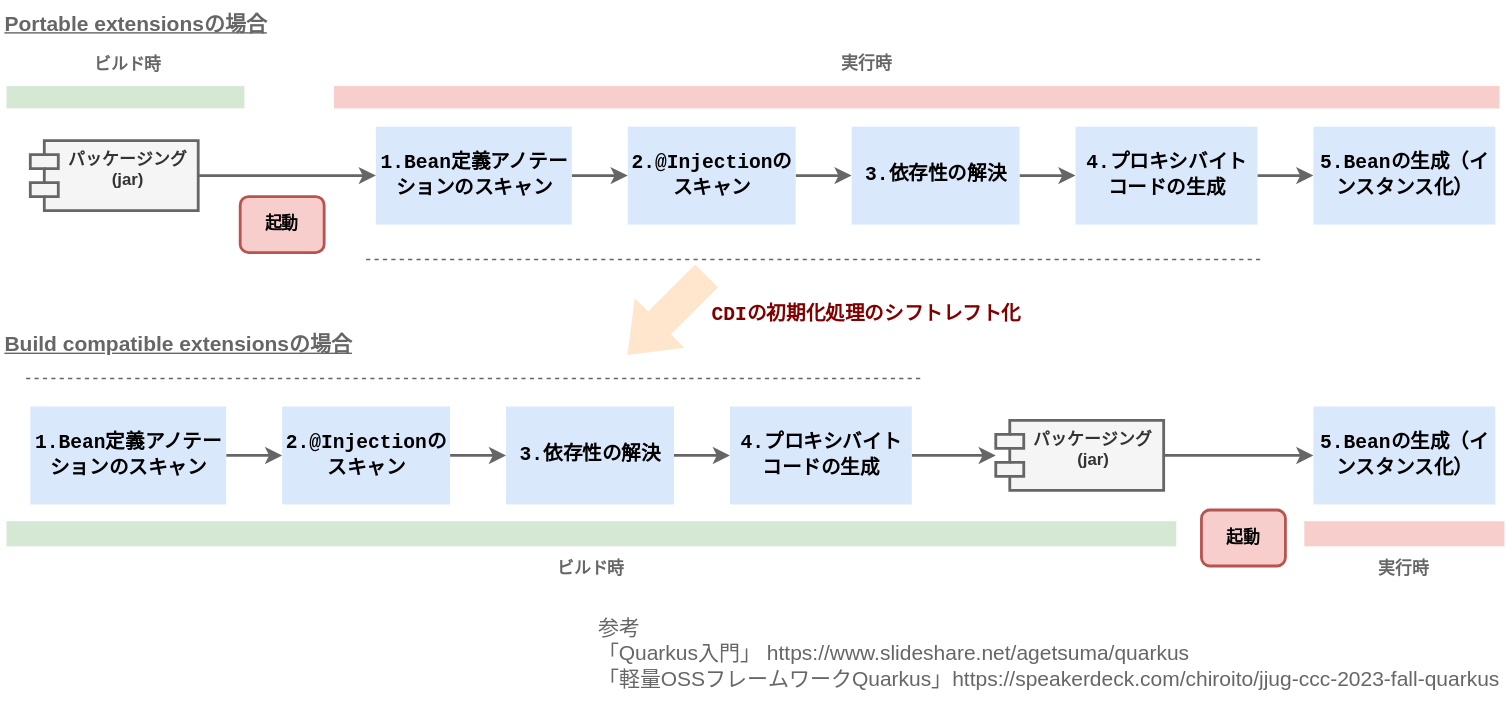
This is src/img/blogs/2023/1204_04_bootstrap.drawio.svg from mamezou-tech/mamezou-tech-site, a draw.io export, as it was before one commit. Source tidied: cells renumbered, new cells last; positions are measured from the earlier drawing's top-left corner, leaving out a move shared by most shapes. Its diagram source:
```xml
<mxGraphModel>
  <root>
    <mxCell id="0" />
    <mxCell id="1" parent="0" />
    <mxCell id="2" style="edgeStyle=none;html=1;exitX=1;exitY=0.5;exitDx=0;exitDy=0;fontColor=#666666;strokeColor=#666666;strokeWidth=2;" parent="1" edge="1" source="3" target="5">
      <mxGeometry relative="1" as="geometry" />
    </mxCell>
    <mxCell id="3" value="&lt;div style=&quot;font-family: Consolas, &amp;quot;Courier New&amp;quot;, monospace; font-size: 14px; line-height: 19px;&quot;&gt;1.Bean定義アノテーションのスキャン&lt;/div&gt;" style="rounded=0;whiteSpace=wrap;html=1;fillColor=#dae8fc;strokeColor=none;labelBackgroundColor=none;spacingLeft=1;fontStyle=1;" parent="1" vertex="1">
      <mxGeometry x="267" y="89" width="140" height="70" as="geometry" />
    </mxCell>
    <mxCell id="4" style="edgeStyle=none;html=1;entryX=0;entryY=0.5;entryDx=0;entryDy=0;fontColor=#666666;strokeColor=#666666;strokeWidth=2;" parent="1" edge="1" source="5" target="7">
      <mxGeometry relative="1" as="geometry" />
    </mxCell>
    <mxCell id="5" value="&lt;div style=&quot;font-family: Consolas, &amp;quot;Courier New&amp;quot;, monospace; font-size: 14px; line-height: 19px;&quot;&gt;&lt;div style=&quot;line-height: 19px;&quot;&gt;2.@Injectionのスキャン&lt;/div&gt;&lt;/div&gt;" style="rounded=0;whiteSpace=wrap;html=1;fillColor=#dae8fc;strokeColor=none;labelBackgroundColor=none;spacingLeft=1;fontStyle=1;" parent="1" vertex="1">
      <mxGeometry x="447" y="89" width="120" height="70" as="geometry" />
    </mxCell>
    <mxCell id="6" style="edgeStyle=none;html=1;entryX=0;entryY=0.5;entryDx=0;entryDy=0;fontColor=#666666;strokeColor=#666666;strokeWidth=2;" parent="1" edge="1" source="7" target="9">
      <mxGeometry relative="1" as="geometry" />
    </mxCell>
    <mxCell id="7" value="&lt;div style=&quot;font-family: Consolas, &amp;quot;Courier New&amp;quot;, monospace; font-size: 14px; line-height: 19px;&quot;&gt;&lt;div style=&quot;line-height: 19px;&quot;&gt;&lt;div style=&quot;line-height: 19px;&quot;&gt;3.依存性の解決&lt;/div&gt;&lt;/div&gt;&lt;/div&gt;" style="rounded=0;whiteSpace=wrap;html=1;fillColor=#dae8fc;strokeColor=none;labelBackgroundColor=none;spacingLeft=1;fontStyle=1;" parent="1" vertex="1">
      <mxGeometry x="607" y="89" width="120" height="70" as="geometry" />
    </mxCell>
    <mxCell id="8" style="edgeStyle=none;html=1;entryX=0;entryY=0.5;entryDx=0;entryDy=0;fontColor=#666666;strokeColor=#666666;strokeWidth=2;" parent="1" edge="1" source="9" target="10">
      <mxGeometry relative="1" as="geometry" />
    </mxCell>
    <mxCell id="9" value="&lt;div style=&quot;font-family: Consolas, &amp;quot;Courier New&amp;quot;, monospace; font-size: 14px; line-height: 19px;&quot;&gt;&lt;div style=&quot;line-height: 19px;&quot;&gt;&lt;div style=&quot;line-height: 19px;&quot;&gt;&lt;div style=&quot;line-height: 19px;&quot;&gt;4.プロキシバイトコードの生成&lt;/div&gt;&lt;/div&gt;&lt;/div&gt;&lt;/div&gt;" style="rounded=0;whiteSpace=wrap;html=1;fillColor=#dae8fc;strokeColor=none;labelBackgroundColor=none;spacingLeft=1;fontStyle=1;" parent="1" vertex="1">
      <mxGeometry x="767" y="89" width="130" height="70" as="geometry" />
    </mxCell>
    <mxCell id="10" value="&lt;div style=&quot;font-family: Consolas, &amp;quot;Courier New&amp;quot;, monospace; font-size: 14px; line-height: 19px;&quot;&gt;&lt;div style=&quot;line-height: 19px;&quot;&gt;&lt;div style=&quot;line-height: 19px;&quot;&gt;&lt;div style=&quot;line-height: 19px;&quot;&gt;&lt;div style=&quot;line-height: 19px;&quot;&gt;5.Beanの生成（インスタンス化）&lt;/div&gt;&lt;/div&gt;&lt;/div&gt;&lt;/div&gt;&lt;/div&gt;" style="rounded=0;whiteSpace=wrap;html=1;fillColor=#dae8fc;strokeColor=none;labelBackgroundColor=none;spacingLeft=1;fontStyle=1;" parent="1" vertex="1">
      <mxGeometry x="937" y="89" width="130" height="70" as="geometry" />
    </mxCell>
    <mxCell id="11" style="edgeStyle=none;html=1;entryX=0;entryY=0.5;entryDx=0;entryDy=0;fontColor=#666666;strokeColor=#666666;strokeWidth=2;" parent="1" edge="1" source="12" target="3">
      <mxGeometry relative="1" as="geometry" />
    </mxCell>
    <mxCell id="12" value="パッケージング&#10;(jar)" style="shape=module;align=left;spacingLeft=20;align=center;verticalAlign=top;labelBackgroundColor=none;fillColor=#f5f5f5;strokeColor=#666666;fontColor=#333333;strokeWidth=2;fontStyle=1;" parent="1" vertex="1">
      <mxGeometry x="20" y="99" width="120" height="50" as="geometry" />
    </mxCell>
    <mxCell id="13" value="起動" style="rounded=1;whiteSpace=wrap;html=1;labelBackgroundColor=none;strokeWidth=2;fillColor=#f8cecc;strokeColor=#b85450;fontStyle=1;" parent="1" vertex="1">
      <mxGeometry x="170" y="139" width="60" height="40" as="geometry" />
    </mxCell>
    <mxCell id="14" style="edgeStyle=none;html=1;entryX=0;entryY=0.5;entryDx=0;entryDy=0;strokeColor=#666666;strokeWidth=2;fontColor=#666666;" parent="1" edge="1" source="15" target="17">
      <mxGeometry relative="1" as="geometry" />
    </mxCell>
    <mxCell id="15" value="&lt;div style=&quot;font-family: Consolas, &amp;quot;Courier New&amp;quot;, monospace; font-size: 14px; line-height: 19px;&quot;&gt;1.Bean定義アノテーションのスキャン&lt;/div&gt;" style="rounded=0;whiteSpace=wrap;html=1;fillColor=#dae8fc;strokeColor=none;labelBackgroundColor=none;spacingLeft=1;fontStyle=1;" parent="1" vertex="1">
      <mxGeometry x="20" y="289" width="140" height="70" as="geometry" />
    </mxCell>
    <mxCell id="16" style="edgeStyle=none;html=1;entryX=0;entryY=0.5;entryDx=0;entryDy=0;strokeColor=#666666;strokeWidth=2;fontColor=#666666;" parent="1" edge="1" source="17" target="19">
      <mxGeometry relative="1" as="geometry" />
    </mxCell>
    <mxCell id="17" value="&lt;div style=&quot;font-family: Consolas, &amp;quot;Courier New&amp;quot;, monospace; font-size: 14px; line-height: 19px;&quot;&gt;&lt;div style=&quot;line-height: 19px;&quot;&gt;2.@Injectionのスキャン&lt;/div&gt;&lt;/div&gt;" style="rounded=0;whiteSpace=wrap;html=1;fillColor=#dae8fc;strokeColor=none;labelBackgroundColor=none;spacingLeft=1;fontStyle=1;" parent="1" vertex="1">
      <mxGeometry x="200" y="289" width="120" height="70" as="geometry" />
    </mxCell>
    <mxCell id="18" style="edgeStyle=none;html=1;entryX=0;entryY=0.5;entryDx=0;entryDy=0;strokeColor=#666666;strokeWidth=2;fontColor=#666666;" parent="1" edge="1" source="19" target="21">
      <mxGeometry relative="1" as="geometry" />
    </mxCell>
    <mxCell id="19" value="&lt;div style=&quot;font-family: Consolas, &amp;quot;Courier New&amp;quot;, monospace; font-size: 14px; line-height: 19px;&quot;&gt;&lt;div style=&quot;line-height: 19px;&quot;&gt;&lt;div style=&quot;line-height: 19px;&quot;&gt;3.依存性の解決&lt;/div&gt;&lt;/div&gt;&lt;/div&gt;" style="rounded=0;whiteSpace=wrap;html=1;fillColor=#dae8fc;strokeColor=none;labelBackgroundColor=none;spacingLeft=1;fontStyle=1;" parent="1" vertex="1">
      <mxGeometry x="360" y="289" width="120" height="70" as="geometry" />
    </mxCell>
    <mxCell id="20" style="edgeStyle=none;html=1;exitX=1;exitY=0.5;exitDx=0;exitDy=0;entryX=0;entryY=0.5;entryDx=0;entryDy=0;entryPerimeter=0;strokeColor=#666666;strokeWidth=2;fontColor=#666666;" parent="1" edge="1" source="21" target="24">
      <mxGeometry relative="1" as="geometry" />
    </mxCell>
    <mxCell id="21" value="&lt;div style=&quot;font-family: Consolas, &amp;quot;Courier New&amp;quot;, monospace; font-size: 14px; line-height: 19px;&quot;&gt;&lt;div style=&quot;line-height: 19px;&quot;&gt;&lt;div style=&quot;line-height: 19px;&quot;&gt;&lt;div style=&quot;line-height: 19px;&quot;&gt;4.プロキシバイトコードの生成&lt;/div&gt;&lt;/div&gt;&lt;/div&gt;&lt;/div&gt;" style="rounded=0;whiteSpace=wrap;html=1;fillColor=#dae8fc;strokeColor=none;labelBackgroundColor=none;spacingLeft=1;fontStyle=1;" parent="1" vertex="1">
      <mxGeometry x="520" y="289" width="130" height="70" as="geometry" />
    </mxCell>
    <mxCell id="22" value="&lt;div style=&quot;font-family: Consolas, &amp;quot;Courier New&amp;quot;, monospace; font-size: 14px; line-height: 19px;&quot;&gt;&lt;div style=&quot;line-height: 19px;&quot;&gt;&lt;div style=&quot;line-height: 19px;&quot;&gt;&lt;div style=&quot;line-height: 19px;&quot;&gt;&lt;div style=&quot;line-height: 19px;&quot;&gt;5.Beanの生成（インスタンス化）&lt;/div&gt;&lt;/div&gt;&lt;/div&gt;&lt;/div&gt;&lt;/div&gt;" style="rounded=0;whiteSpace=wrap;html=1;fillColor=#dae8fc;strokeColor=none;labelBackgroundColor=none;spacingLeft=1;fontStyle=1;" parent="1" vertex="1">
      <mxGeometry x="937" y="289" width="130" height="70" as="geometry" />
    </mxCell>
    <mxCell id="23" style="edgeStyle=none;html=1;strokeColor=#666666;strokeWidth=2;fontColor=#666666;" parent="1" edge="1" source="24" target="22">
      <mxGeometry relative="1" as="geometry" />
    </mxCell>
    <mxCell id="24" value="パッケージング&#10;(jar)" style="shape=module;align=left;spacingLeft=20;align=center;verticalAlign=top;labelBackgroundColor=none;fillColor=#f5f5f5;strokeColor=#666666;fontColor=#333333;strokeWidth=2;fontStyle=1;" parent="1" vertex="1">
      <mxGeometry x="710" y="299" width="120" height="50" as="geometry" />
    </mxCell>
    <mxCell id="25" value="起動" style="rounded=1;whiteSpace=wrap;html=1;labelBackgroundColor=none;strokeWidth=2;fillColor=#f8cecc;strokeColor=#b85450;fontStyle=1;" parent="1" vertex="1">
      <mxGeometry x="857" y="363" width="60" height="40" as="geometry" />
    </mxCell>
    <mxCell id="26" style="rounded=0;whiteSpace=wrap;html=1;labelBackgroundColor=none;strokeWidth=2;fillColor=#d5e8d4;strokeColor=none;" parent="1" vertex="1">
      <mxGeometry x="3" y="60" width="170" height="16" as="geometry" />
    </mxCell>
    <mxCell id="27" style="rounded=0;whiteSpace=wrap;html=1;labelBackgroundColor=none;strokeWidth=2;fillColor=#f8cecc;strokeColor=none;" parent="1" vertex="1">
      <mxGeometry x="237" y="60" width="833" height="16" as="geometry" />
    </mxCell>
    <mxCell id="28" style="rounded=0;whiteSpace=wrap;html=1;labelBackgroundColor=none;strokeWidth=2;fillColor=#d5e8d4;strokeColor=none;" parent="1" vertex="1">
      <mxGeometry x="3" y="371" width="836" height="18" as="geometry" />
    </mxCell>
    <mxCell id="29" style="rounded=0;whiteSpace=wrap;html=1;labelBackgroundColor=none;strokeWidth=2;fillColor=#f8cecc;strokeColor=none;" parent="1" vertex="1">
      <mxGeometry x="930.5" y="371" width="143" height="18" as="geometry" />
    </mxCell>
    <mxCell id="30" style="endArrow=none;html=1;strokeColor=#666666;strokeWidth=1;fontColor=#666666;dashed=1;" parent="1" edge="1">
      <mxGeometry relative="1" as="geometry">
        <mxPoint x="260" y="184" as="sourcePoint" />
        <mxPoint x="900" y="184" as="targetPoint" />
      </mxGeometry>
    </mxCell>
    <mxCell id="31" style="endArrow=none;html=1;strokeColor=#666666;strokeWidth=1;fontColor=#666666;dashed=1;" parent="1" edge="1">
      <mxGeometry relative="1" as="geometry">
        <mxPoint x="17" y="269" as="sourcePoint" />
        <mxPoint x="657" y="269" as="targetPoint" />
      </mxGeometry>
    </mxCell>
    <mxCell id="32" value="&lt;div style=&quot;color: rgb(0, 0, 0); background-color: rgb(255, 255, 255); font-family: Consolas, &amp;quot;Courier New&amp;quot;, monospace; font-size: 14px; line-height: 19px;&quot;&gt;&lt;span style=&quot;color: #800000;font-weight: bold;&quot;&gt;CDIの初期化処理のシフトレフト化&lt;/span&gt;&lt;/div&gt;" style="text;html=1;strokeColor=none;fillColor=none;align=center;verticalAlign=middle;whiteSpace=wrap;rounded=0;labelBackgroundColor=none;strokeWidth=2;fontColor=#666666;" parent="1" vertex="1">
      <mxGeometry x="499.5" y="209" width="236" height="30" as="geometry" />
    </mxCell>
    <mxCell id="33" value="ビルド時" style="text;html=1;strokeColor=none;fillColor=none;align=center;verticalAlign=middle;whiteSpace=wrap;rounded=0;labelBackgroundColor=none;strokeWidth=2;fontColor=#666666;fontStyle=1;" parent="1" vertex="1">
      <mxGeometry x="60" y="29" width="60" height="32" as="geometry" />
    </mxCell>
    <mxCell id="34" value="実行時" style="text;html=1;strokeColor=none;fillColor=none;align=center;verticalAlign=middle;whiteSpace=wrap;rounded=0;labelBackgroundColor=none;strokeWidth=2;fontColor=#666666;fontStyle=1;" parent="1" vertex="1">
      <mxGeometry x="587.5" y="28" width="60" height="32" as="geometry" />
    </mxCell>
    <mxCell id="35" value="ビルド時" style="text;html=1;strokeColor=none;fillColor=none;align=center;verticalAlign=middle;whiteSpace=wrap;rounded=0;labelBackgroundColor=none;strokeWidth=2;fontColor=#666666;fontStyle=1;" parent="1" vertex="1">
      <mxGeometry x="391" y="389" width="60" height="32" as="geometry" />
    </mxCell>
    <mxCell id="36" value="実行時" style="text;html=1;strokeColor=none;fillColor=none;align=center;verticalAlign=middle;whiteSpace=wrap;rounded=0;labelBackgroundColor=none;strokeWidth=2;fontColor=#666666;fontStyle=1;" parent="1" vertex="1">
      <mxGeometry x="972" y="389" width="60" height="32" as="geometry" />
    </mxCell>
    <mxCell id="37" value="Portable extensionsの場合" style="text;html=1;strokeColor=none;fillColor=none;align=left;verticalAlign=middle;whiteSpace=wrap;rounded=0;labelBackgroundColor=none;strokeWidth=2;fontColor=#666666;fontStyle=5;fontSize=15;" parent="1" vertex="1">
      <mxGeometry width="200" height="30" as="geometry" />
    </mxCell>
    <mxCell id="38" value="Build compatible extensionsの場合" style="text;html=1;strokeColor=none;fillColor=none;align=left;verticalAlign=middle;whiteSpace=wrap;rounded=0;labelBackgroundColor=none;strokeWidth=2;fontColor=#666666;fontStyle=5;fontSize=15;" parent="1" vertex="1">
      <mxGeometry y="229" width="287" height="30" as="geometry" />
    </mxCell>
    <mxCell id="39" value="&lt;div&gt;参考&lt;/div&gt;&lt;div&gt;「Quarkus入門」 https://www.slideshare.net/agetsuma/quarkus&lt;/div&gt;&lt;div&gt;「軽量OSSフレームワークQuarkus」https://speakerdeck.com/chiroito/jjug-ccc-2023-fall-quarkus&lt;/div&gt;&lt;div&gt;&lt;br&gt;&lt;/div&gt;" style="text;html=1;strokeColor=none;fillColor=none;align=left;verticalAlign=middle;whiteSpace=wrap;rounded=0;labelBackgroundColor=none;strokeWidth=2;fontSize=15;fontColor=#666666;" parent="1" vertex="1">
      <mxGeometry x="423.5" y="459" width="650" height="30" as="geometry" />
    </mxCell>
    <mxCell id="40" style="html=1;shadow=0;dashed=0;align=center;verticalAlign=middle;shape=mxgraph.arrows2.arrow;dy=0.54;dx=32.47;notch=0;rotation=-225;fillColor=#ffe6cc;strokeColor=none;" parent="1" vertex="1">
      <mxGeometry x="435" y="199" width="80" height="50" as="geometry" />
    </mxCell>
  </root>
</mxGraphModel>
```
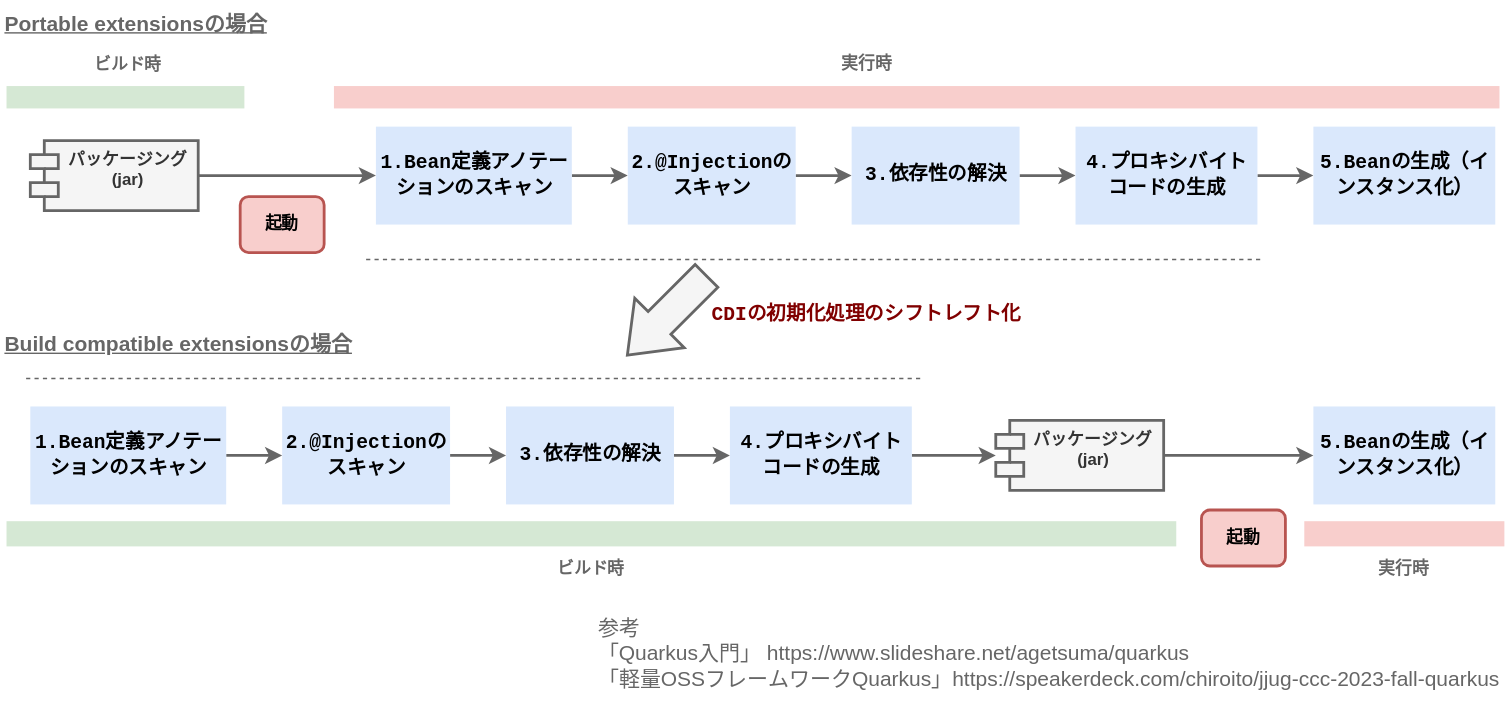
The same diagram one commit later.

Diff of the diagram source:
```diff
@@ -122,7 +122,7 @@
     <mxCell id="39" value="&lt;div&gt;参考&lt;/div&gt;&lt;div&gt;「Quarkus入門」 https://www.slideshare.net/agetsuma/quarkus&lt;/div&gt;&lt;div&gt;「軽量OSSフレームワークQuarkus」https://speakerdeck.com/chiroito/jjug-ccc-2023-fall-quarkus&lt;/div&gt;&lt;div&gt;&lt;br&gt;&lt;/div&gt;" style="text;html=1;strokeColor=none;fillColor=none;align=left;verticalAlign=middle;whiteSpace=wrap;rounded=0;labelBackgroundColor=none;strokeWidth=2;fontSize=15;fontColor=#666666;" parent="1" vertex="1">
       <mxGeometry x="423.5" y="459" width="650" height="30" as="geometry" />
     </mxCell>
-    <mxCell id="40" style="html=1;shadow=0;dashed=0;align=center;verticalAlign=middle;shape=mxgraph.arrows2.arrow;dy=0.54;dx=32.47;notch=0;rotation=-225;fillColor=#ffe6cc;strokeColor=none;" parent="1" vertex="1">
+    <mxCell id="40" style="html=1;shadow=0;dashed=0;align=center;verticalAlign=middle;shape=mxgraph.arrows2.arrow;dy=0.54;dx=32.47;notch=0;rotation=-225;fillColor=#f5f5f5;strokeColor=#666666;fontColor=#333333;strokeWidth=2;" parent="1" vertex="1">
       <mxGeometry x="435" y="199" width="80" height="50" as="geometry" />
     </mxCell>
   </root>
```
